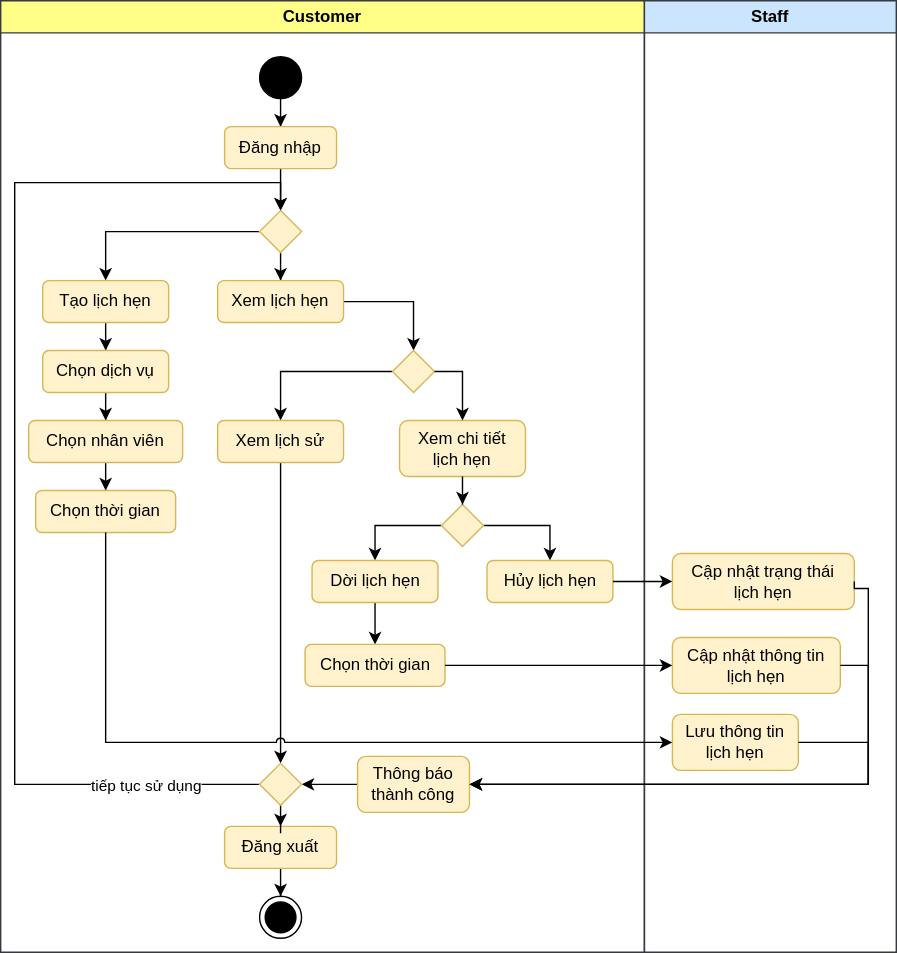
The draw.io diagram docs/attachments/quy-trinh-quan-ly-lich-hen.svg in tozydev/virgo-14, before a commit. Source tidied: cells renumbered, new cells last; positions are measured from the earlier drawing's top-left corner, leaving out a move shared by most shapes. Its diagram source:
```xml
<mxGraphModel>
  <root>
    <mxCell id="0" />
    <mxCell id="1" parent="0" />
    <mxCell id="2" value="Customer" style="swimlane;whiteSpace=wrap;html=1;fillColor=#ffff88;strokeColor=#36393d;" parent="1" vertex="1">
      <mxGeometry width="460" height="680" as="geometry" />
    </mxCell>
    <mxCell id="3" style="edgeStyle=orthogonalEdgeStyle;rounded=0;jettySize=auto;html=1;" parent="2" edge="1" source="4" target="6">
      <mxGeometry relative="1" as="geometry" />
    </mxCell>
    <mxCell id="4" style="ellipse;fillColor=strokeColor;html=1;" parent="2" vertex="1">
      <mxGeometry x="185" y="40" width="30" height="30" as="geometry" />
    </mxCell>
    <mxCell id="5" style="edgeStyle=orthogonalEdgeStyle;rounded=0;jettySize=auto;html=1;entryX=0.5;entryY=0;entryDx=0;entryDy=0;" parent="2" edge="1" source="6" target="9">
      <mxGeometry relative="1" as="geometry" />
    </mxCell>
    <mxCell id="6" value="Đăng nhập" style="rounded=1;whiteSpace=wrap;html=1;fillColor=#fff2cc;strokeColor=#d6b656;" parent="2" vertex="1">
      <mxGeometry x="160" y="90" width="80" height="30" as="geometry" />
    </mxCell>
    <mxCell id="7" style="edgeStyle=orthogonalEdgeStyle;rounded=0;jettySize=auto;html=1;" parent="2" edge="1" source="9" target="11">
      <mxGeometry relative="1" as="geometry" />
    </mxCell>
    <mxCell id="8" style="edgeStyle=orthogonalEdgeStyle;rounded=0;jettySize=auto;html=1;" parent="2" edge="1" source="9" target="13">
      <mxGeometry relative="1" as="geometry" />
    </mxCell>
    <mxCell id="9" style="rhombus;fillColor=#fff2cc;strokeColor=#d6b656;" parent="2" vertex="1">
      <mxGeometry x="185" y="150" width="30" height="30" as="geometry" />
    </mxCell>
    <mxCell id="10" style="edgeStyle=orthogonalEdgeStyle;rounded=0;jettySize=auto;html=1;" parent="2" edge="1" source="11" target="15">
      <mxGeometry relative="1" as="geometry" />
    </mxCell>
    <mxCell id="11" value="Tạo lịch hẹn" style="rounded=1;whiteSpace=wrap;html=1;fillColor=#fff2cc;strokeColor=#d6b656;" parent="2" vertex="1">
      <mxGeometry x="30" y="200" width="90" height="30" as="geometry" />
    </mxCell>
    <mxCell id="12" style="edgeStyle=orthogonalEdgeStyle;rounded=0;jettySize=auto;html=1;entryX=0.5;entryY=0;entryDx=0;entryDy=0;" parent="2" edge="1" source="13" target="20">
      <mxGeometry relative="1" as="geometry" />
    </mxCell>
    <mxCell id="13" value="Xem lịch hẹn" style="rounded=1;whiteSpace=wrap;html=1;fillColor=#fff2cc;strokeColor=#d6b656;" parent="2" vertex="1">
      <mxGeometry x="155" y="200" width="90" height="30" as="geometry" />
    </mxCell>
    <mxCell id="14" style="edgeStyle=orthogonalEdgeStyle;rounded=0;jettySize=auto;html=1;" parent="2" edge="1" source="15" target="17">
      <mxGeometry relative="1" as="geometry" />
    </mxCell>
    <mxCell id="15" value="Chọn dịch vụ" style="rounded=1;whiteSpace=wrap;html=1;fillColor=#fff2cc;strokeColor=#d6b656;" parent="2" vertex="1">
      <mxGeometry x="30" y="250" width="90" height="30" as="geometry" />
    </mxCell>
    <mxCell id="16" style="edgeStyle=orthogonalEdgeStyle;rounded=0;jettySize=auto;html=1;entryX=0.5;entryY=0;entryDx=0;entryDy=0;" parent="2" edge="1" source="17" target="18">
      <mxGeometry relative="1" as="geometry" />
    </mxCell>
    <mxCell id="17" value="Chọn nhân viên" style="rounded=1;whiteSpace=wrap;html=1;fillColor=#fff2cc;strokeColor=#d6b656;" parent="2" vertex="1">
      <mxGeometry x="20" y="300" width="110" height="30" as="geometry" />
    </mxCell>
    <mxCell id="18" value="Chọn thời gian" style="rounded=1;whiteSpace=wrap;html=1;fillColor=#fff2cc;strokeColor=#d6b656;" parent="2" vertex="1">
      <mxGeometry x="25" y="350" width="100" height="30" as="geometry" />
    </mxCell>
    <mxCell id="19" style="edgeStyle=orthogonalEdgeStyle;rounded=0;jettySize=auto;html=1;" parent="2" edge="1" source="20" target="22">
      <mxGeometry relative="1" as="geometry" />
    </mxCell>
    <mxCell id="20" style="rhombus;fillColor=#fff2cc;strokeColor=#d6b656;" parent="2" vertex="1">
      <mxGeometry x="280" y="250" width="30" height="30" as="geometry" />
    </mxCell>
    <mxCell id="21" style="edgeStyle=orthogonalEdgeStyle;rounded=0;jettySize=auto;html=1;entryX=0.5;entryY=0;entryDx=0;entryDy=0;" parent="2" edge="1" source="22" target="31">
      <mxGeometry relative="1" as="geometry" />
    </mxCell>
    <mxCell id="22" value="Xem lịch sử" style="rounded=1;whiteSpace=wrap;html=1;fillColor=#fff2cc;strokeColor=#d6b656;" parent="2" vertex="1">
      <mxGeometry x="155" y="300" width="90" height="30" as="geometry" />
    </mxCell>
    <mxCell id="23" style="edgeStyle=orthogonalEdgeStyle;rounded=0;jettySize=auto;html=1;entryX=1;entryY=0.5;entryDx=0;entryDy=0;" parent="2" edge="1" source="24" target="31">
      <mxGeometry relative="1" as="geometry" />
    </mxCell>
    <mxCell id="24" value="Thông báo&lt;div&gt;thành công&lt;/div&gt;" style="rounded=1;whiteSpace=wrap;html=1;fillColor=#fff2cc;strokeColor=#d6b656;" parent="2" vertex="1">
      <mxGeometry x="255" y="540" width="80" height="40" as="geometry" />
    </mxCell>
    <mxCell id="25" style="ellipse;html=1;shape=endState;fillColor=strokeColor;" parent="2" vertex="1">
      <mxGeometry x="185" y="640" width="30" height="30" as="geometry" />
    </mxCell>
    <mxCell id="26" style="edgeStyle=orthogonalEdgeStyle;rounded=0;jettySize=auto;html=1;entryX=0.5;entryY=0;entryDx=0;entryDy=0;" parent="2" edge="1" source="27" target="25">
      <mxGeometry relative="1" as="geometry" />
    </mxCell>
    <mxCell id="27" value="Đăng xuất" style="rounded=1;whiteSpace=wrap;html=1;fillColor=#fff2cc;strokeColor=#d6b656;" parent="2" vertex="1">
      <mxGeometry x="160" y="590" width="80" height="30" as="geometry" />
    </mxCell>
    <mxCell id="28" style="edgeStyle=orthogonalEdgeStyle;rounded=0;jettySize=auto;html=1;" parent="2" edge="1" source="31" target="27">
      <mxGeometry relative="1" as="geometry" />
    </mxCell>
    <mxCell id="29" style="edgeStyle=orthogonalEdgeStyle;rounded=0;jettySize=auto;html=1;entryX=0.5;entryY=0;entryDx=0;entryDy=0;exitX=0;exitY=0.5;exitDx=0;exitDy=0;" parent="2" edge="1" source="31" target="9">
      <mxGeometry relative="1" as="geometry">
        <Array as="points">
          <mxPoint x="10" y="560" />
          <mxPoint x="10" y="130" />
          <mxPoint x="200" y="130" />
        </Array>
      </mxGeometry>
    </mxCell>
    <mxCell id="30" value="tiếp tục sử dụng" style="edgeLabel;html=1;align=center;verticalAlign=middle;" parent="29" vertex="1">
      <mxGeometry x="-0.8" relative="1" as="geometry" />
    </mxCell>
    <mxCell id="31" style="rhombus;fillColor=#fff2cc;strokeColor=#d6b656;" parent="2" vertex="1">
      <mxGeometry x="185" y="545" width="30" height="30" as="geometry" />
    </mxCell>
    <mxCell id="32" style="edgeStyle=orthogonalEdgeStyle;rounded=0;jettySize=auto;html=1;entryX=0.5;entryY=0;entryDx=0;entryDy=0;" parent="2" edge="1" source="34" target="36">
      <mxGeometry relative="1" as="geometry" />
    </mxCell>
    <mxCell id="33" style="edgeStyle=orthogonalEdgeStyle;rounded=0;jettySize=auto;html=1;exitX=1;exitY=0.5;exitDx=0;exitDy=0;" parent="2" edge="1" source="34" target="37">
      <mxGeometry relative="1" as="geometry" />
    </mxCell>
    <mxCell id="34" style="rhombus;fillColor=#fff2cc;strokeColor=#d6b656;" parent="2" vertex="1">
      <mxGeometry x="315" y="360" width="30" height="30" as="geometry" />
    </mxCell>
    <mxCell id="35" style="edgeStyle=orthogonalEdgeStyle;rounded=0;jettySize=auto;html=1;" parent="2" edge="1" source="36" target="38">
      <mxGeometry relative="1" as="geometry" />
    </mxCell>
    <mxCell id="36" value="Dời lịch hẹn" style="rounded=1;whiteSpace=wrap;html=1;fillColor=#fff2cc;strokeColor=#d6b656;" parent="2" vertex="1">
      <mxGeometry x="222.5" y="400" width="90" height="30" as="geometry" />
    </mxCell>
    <mxCell id="37" value="Hủy lịch hẹn" style="rounded=1;whiteSpace=wrap;html=1;fillColor=#fff2cc;strokeColor=#d6b656;" parent="2" vertex="1">
      <mxGeometry x="347.5" y="400" width="90" height="30" as="geometry" />
    </mxCell>
    <mxCell id="38" value="Chọn thời gian" style="rounded=1;whiteSpace=wrap;html=1;fillColor=#fff2cc;strokeColor=#d6b656;" parent="2" vertex="1">
      <mxGeometry x="217.5" y="460" width="100" height="30" as="geometry" />
    </mxCell>
    <mxCell id="39" value="Xem chi tiết&lt;div&gt;lịch hẹn&lt;/div&gt;" style="rounded=1;whiteSpace=wrap;html=1;fillColor=#fff2cc;strokeColor=#d6b656;" parent="2" vertex="1">
      <mxGeometry x="285" y="300" width="90" height="40" as="geometry" />
    </mxCell>
    <mxCell id="40" style="edgeStyle=orthogonalEdgeStyle;rounded=0;jettySize=auto;html=1;exitX=1;exitY=0.5;exitDx=0;exitDy=0;" parent="2" edge="1" source="20" target="39">
      <mxGeometry relative="1" as="geometry" />
    </mxCell>
    <mxCell id="41" style="edgeStyle=orthogonalEdgeStyle;rounded=0;jettySize=auto;html=1;" parent="2" edge="1" source="39" target="34">
      <mxGeometry relative="1" as="geometry" />
    </mxCell>
    <mxCell id="42" value="Staff" style="swimlane;whiteSpace=wrap;html=1;fillColor=#cce5ff;strokeColor=#36393d;" parent="1" vertex="1">
      <mxGeometry x="460" width="180" height="680" as="geometry" />
    </mxCell>
    <mxCell id="43" value="Lưu thông tin&lt;div&gt;lịch hẹn&lt;/div&gt;" style="rounded=1;whiteSpace=wrap;html=1;fillColor=#fff2cc;strokeColor=#d6b656;" parent="42" vertex="1">
      <mxGeometry x="20" y="510" width="90" height="40" as="geometry" />
    </mxCell>
    <mxCell id="44" value="Cập nhật thông tin&lt;div&gt;lịch hẹn&lt;/div&gt;" style="rounded=1;whiteSpace=wrap;html=1;fillColor=#fff2cc;strokeColor=#d6b656;" parent="42" vertex="1">
      <mxGeometry x="20" y="455" width="120" height="40" as="geometry" />
    </mxCell>
    <mxCell id="45" value="Cập nhật trạng thái&lt;div&gt;lịch hẹn&lt;/div&gt;" style="rounded=1;whiteSpace=wrap;html=1;fillColor=#fff2cc;strokeColor=#d6b656;" parent="42" vertex="1">
      <mxGeometry x="20" y="395" width="130" height="40" as="geometry" />
    </mxCell>
    <mxCell id="46" style="edgeStyle=orthogonalEdgeStyle;rounded=0;jettySize=auto;html=1;exitX=0.5;exitY=1;exitDx=0;exitDy=0;entryX=0;entryY=0.5;entryDx=0;entryDy=0;jumpStyle=arc;" parent="1" edge="1" source="18" target="43">
      <mxGeometry relative="1" as="geometry" />
    </mxCell>
    <mxCell id="47" style="edgeStyle=orthogonalEdgeStyle;rounded=0;jettySize=auto;html=1;entryX=1;entryY=0.5;entryDx=0;entryDy=0;exitX=1;exitY=0.5;exitDx=0;exitDy=0;" parent="1" edge="1" source="45" target="24">
      <mxGeometry relative="1" as="geometry">
        <Array as="points">
          <mxPoint x="610" y="420" />
          <mxPoint x="620" y="420" />
          <mxPoint x="620" y="560" />
        </Array>
      </mxGeometry>
    </mxCell>
    <mxCell id="48" style="edgeStyle=orthogonalEdgeStyle;rounded=0;jettySize=auto;html=1;entryX=1;entryY=0.5;entryDx=0;entryDy=0;exitX=1;exitY=0.5;exitDx=0;exitDy=0;" parent="1" edge="1" source="44" target="24">
      <mxGeometry relative="1" as="geometry" />
    </mxCell>
    <mxCell id="49" style="edgeStyle=orthogonalEdgeStyle;rounded=0;jettySize=auto;html=1;entryX=1;entryY=0.5;entryDx=0;entryDy=0;exitX=1;exitY=0.5;exitDx=0;exitDy=0;" parent="1" edge="1" source="43" target="24">
      <mxGeometry relative="1" as="geometry">
        <Array as="points">
          <mxPoint x="620" y="530" />
          <mxPoint x="620" y="560" />
        </Array>
      </mxGeometry>
    </mxCell>
    <mxCell id="50" style="edgeStyle=orthogonalEdgeStyle;rounded=0;jettySize=auto;html=1;entryX=0;entryY=0.5;entryDx=0;entryDy=0;" parent="1" edge="1" source="37" target="45">
      <mxGeometry relative="1" as="geometry" />
    </mxCell>
    <mxCell id="51" style="edgeStyle=orthogonalEdgeStyle;rounded=0;jettySize=auto;html=1;entryX=0;entryY=0.5;entryDx=0;entryDy=0;" parent="1" edge="1" source="38" target="44">
      <mxGeometry relative="1" as="geometry" />
    </mxCell>
  </root>
</mxGraphModel>
```
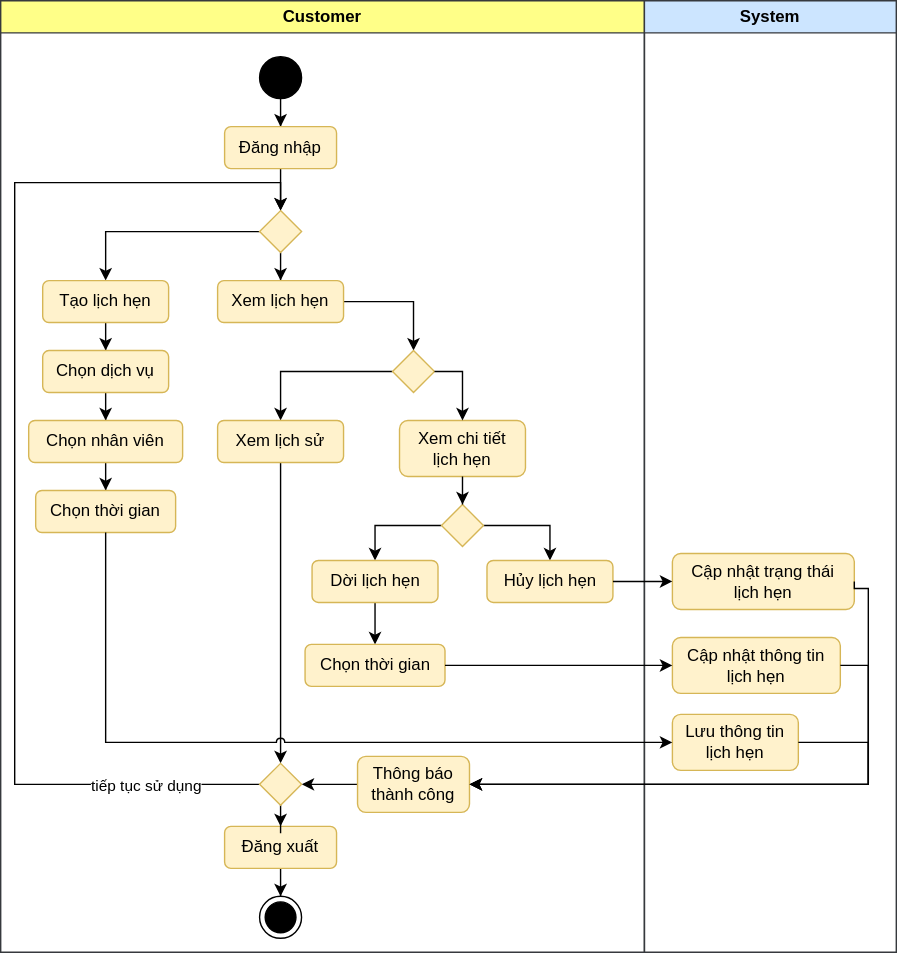
Later version of the same file.

Commit message:
docs: change Staff term to Employee term

Diff of the diagram source:
```diff
@@ -128,7 +128,7 @@
     <mxCell id="41" style="edgeStyle=orthogonalEdgeStyle;rounded=0;jettySize=auto;html=1;" parent="2" edge="1" source="39" target="34">
       <mxGeometry relative="1" as="geometry" />
     </mxCell>
-    <mxCell id="42" value="Staff" style="swimlane;whiteSpace=wrap;html=1;fillColor=#cce5ff;strokeColor=#36393d;" parent="1" vertex="1">
+    <mxCell id="42" value="System" style="swimlane;whiteSpace=wrap;html=1;fillColor=#cce5ff;strokeColor=#36393d;" parent="1" vertex="1">
       <mxGeometry x="460" width="180" height="680" as="geometry" />
     </mxCell>
     <mxCell id="43" value="Lưu thông tin&lt;div&gt;lịch hẹn&lt;/div&gt;" style="rounded=1;whiteSpace=wrap;html=1;fillColor=#fff2cc;strokeColor=#d6b656;" parent="42" vertex="1">
```
